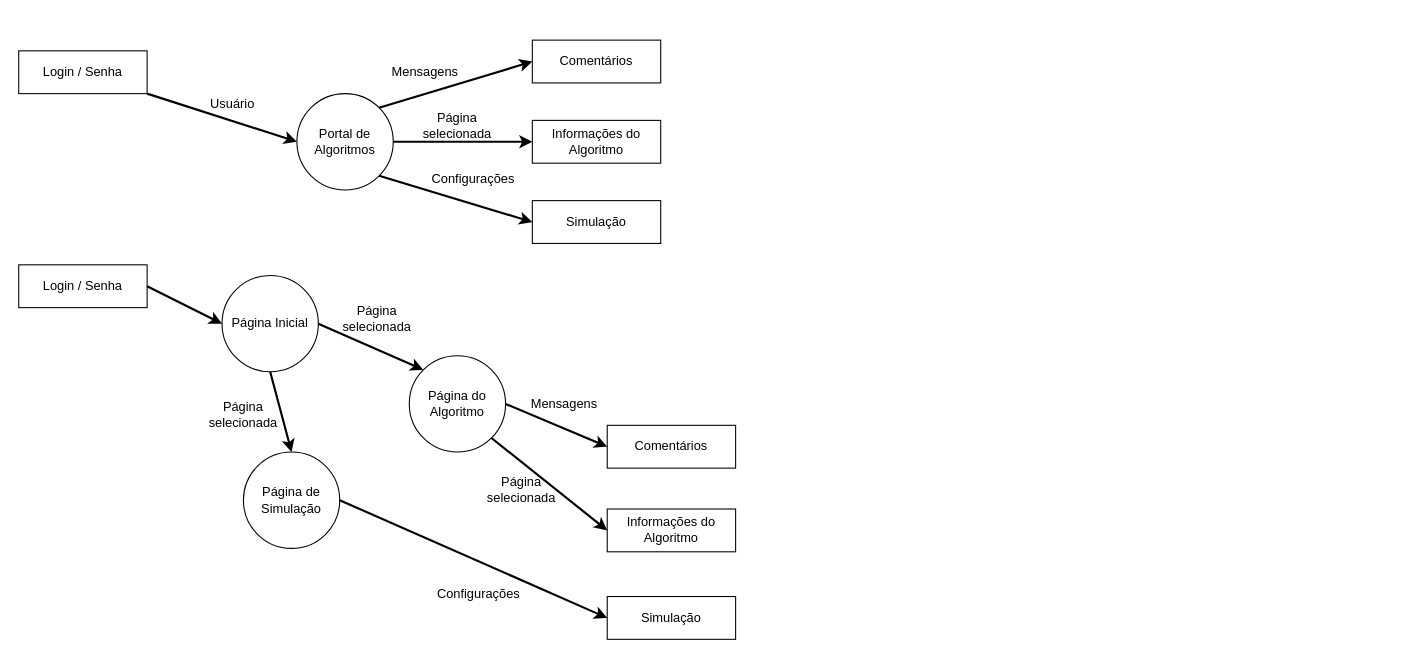
12pedro07/12pedro07.github.io keeps this draw.io diagram as imagensEdiagramas/DFD.drawio. Above is the earlier version. Source tidied: cells renumbered, new cells numbered last; positions are measured from the earlier drawing's top-left corner, leaving out a move shared by most shapes. Both pictures are drawn from the tidied source at 107%, with x=0, y=0 at pixel (18, 40).
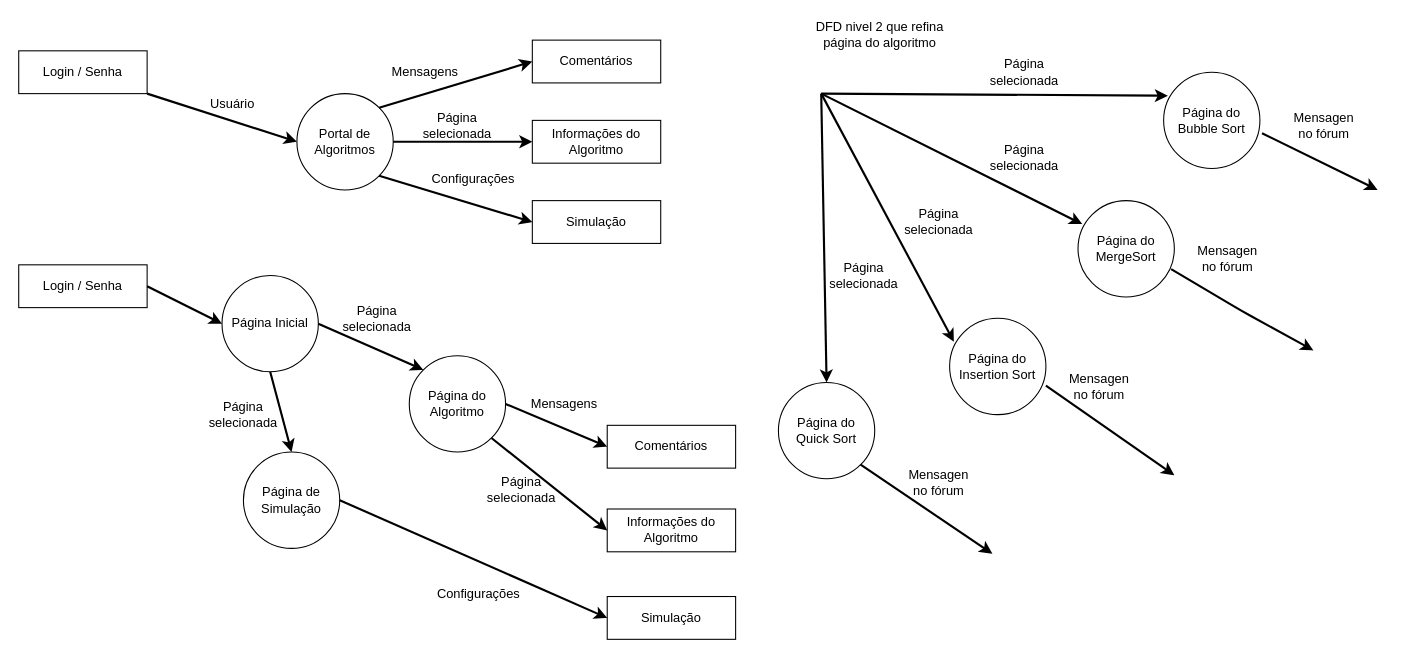
The same page after the edit.

Commit message (it also covers changes not shown here):
DFD nivel 2

What changed in the source:
```diff
@@
+    <mxCell id="33" value="&lt;div&gt;Página do&lt;/div&gt;&lt;div&gt;Bubble Sort&lt;/div&gt;" style="ellipse;whiteSpace=wrap;html=1;" parent="1" vertex="1">
+      <mxGeometry x="1070" y="30" width="90" height="90" as="geometry" />
+    </mxCell>
+    <mxCell id="34" value="&lt;div&gt;DFD nivel 2 que refina&lt;/div&gt;&lt;div&gt; página do algoritmo&lt;/div&gt;" style="text;html=1;strokeColor=none;fillColor=none;align=center;verticalAlign=middle;whiteSpace=wrap;rounded=0;" parent="1" vertex="1">
+      <mxGeometry x="730" y="-20" width="150" height="30" as="geometry" />
+    </mxCell>
+    <mxCell id="35" style="endArrow=classic;html=1;targetPerimeterSpacing=0;strokeWidth=2;entryX=0.044;entryY=0.244;entryDx=0;entryDy=0;entryPerimeter=0;" parent="1" edge="1" target="33">
+      <mxGeometry relative="1" as="geometry">
+        <mxPoint x="750" y="50" as="sourcePoint" />
+      </mxGeometry>
+    </mxCell>
+    <mxCell id="36" value="&lt;div&gt;Página selecionada&lt;/div&gt;" style="text;html=1;strokeColor=none;fillColor=none;align=center;verticalAlign=middle;whiteSpace=wrap;rounded=0;" parent="1" vertex="1">
+      <mxGeometry x="910" y="20" width="60" height="20" as="geometry" />
+    </mxCell>
+    <mxCell id="37" value="&lt;div&gt;Página do&lt;/div&gt;&lt;div&gt;MergeSort&lt;/div&gt;" style="ellipse;whiteSpace=wrap;html=1;" parent="1" vertex="1">
+      <mxGeometry x="990" y="150" width="90" height="90" as="geometry" />
+    </mxCell>
+    <mxCell id="38" style="endArrow=classic;html=1;targetPerimeterSpacing=0;strokeWidth=2;entryX=0.044;entryY=0.244;entryDx=0;entryDy=0;entryPerimeter=0;" parent="1" edge="1" target="37">
+      <mxGeometry relative="1" as="geometry">
+        <mxPoint x="750" y="50" as="sourcePoint" />
+      </mxGeometry>
+    </mxCell>
+    <mxCell id="39" value="&lt;div&gt;Página selecionada&lt;/div&gt;" style="text;html=1;strokeColor=none;fillColor=none;align=center;verticalAlign=middle;whiteSpace=wrap;rounded=0;" parent="1" vertex="1">
+      <mxGeometry x="910" y="100" width="60" height="20" as="geometry" />
+    </mxCell>
+    <mxCell id="40" value="&lt;div&gt;Página do&lt;/div&gt;&lt;div&gt;Insertion Sort&lt;/div&gt;" style="ellipse;whiteSpace=wrap;html=1;" parent="1" vertex="1">
+      <mxGeometry x="870" y="260" width="90" height="90" as="geometry" />
+    </mxCell>
+    <mxCell id="41" style="endArrow=classic;html=1;targetPerimeterSpacing=0;strokeWidth=2;entryX=0.044;entryY=0.244;entryDx=0;entryDy=0;entryPerimeter=0;" parent="1" edge="1" target="40">
+      <mxGeometry relative="1" as="geometry">
+        <mxPoint x="750" y="50" as="sourcePoint" />
+      </mxGeometry>
+    </mxCell>
+    <mxCell id="42" value="&lt;div&gt;Página selecionada&lt;/div&gt;" style="text;html=1;strokeColor=none;fillColor=none;align=center;verticalAlign=middle;whiteSpace=wrap;rounded=0;" parent="1" vertex="1">
+      <mxGeometry x="830" y="160" width="60" height="20" as="geometry" />
+    </mxCell>
+    <mxCell id="43" value="&lt;div&gt;Página do&lt;/div&gt;&lt;div&gt;Quick Sort&lt;/div&gt;" style="ellipse;whiteSpace=wrap;html=1;" parent="1" vertex="1">
+      <mxGeometry x="710" y="320" width="90" height="90" as="geometry" />
+    </mxCell>
+    <mxCell id="44" style="endArrow=classic;html=1;targetPerimeterSpacing=0;strokeWidth=2;entryX=0.5;entryY=0;entryDx=0;entryDy=0;" parent="1" edge="1" target="43">
+      <mxGeometry relative="1" as="geometry">
+        <mxPoint x="750" y="50" as="sourcePoint" />
+      </mxGeometry>
+    </mxCell>
+    <mxCell id="45" value="&lt;div&gt;Página selecionada&lt;/div&gt;" style="text;html=1;strokeColor=none;fillColor=none;align=center;verticalAlign=middle;whiteSpace=wrap;rounded=0;" parent="1" vertex="1">
+      <mxGeometry x="760" y="210" width="60" height="20" as="geometry" />
+    </mxCell>
+    <mxCell id="46" value="&lt;div&gt;Mensagen&lt;/div&gt;&lt;div&gt;no fórum&lt;br&gt;&lt;/div&gt;" style="text;html=1;strokeColor=none;fillColor=none;align=center;verticalAlign=middle;whiteSpace=wrap;rounded=0;" parent="1" vertex="1">
+      <mxGeometry x="820" y="398.2" width="80" height="31.8" as="geometry" />
+    </mxCell>
+    <mxCell id="47" value="&lt;div&gt;Mensagen&lt;/div&gt;&lt;div&gt;no fórum&lt;br&gt;&lt;/div&gt;" style="text;html=1;strokeColor=none;fillColor=none;align=center;verticalAlign=middle;whiteSpace=wrap;rounded=0;" parent="1" vertex="1">
+      <mxGeometry x="970" y="308.2" width="80" height="31.8" as="geometry" />
+    </mxCell>
+    <mxCell id="48" value="&lt;div&gt;Mensagen&lt;/div&gt;&lt;div&gt;no fórum&lt;br&gt;&lt;/div&gt;" style="text;html=1;strokeColor=none;fillColor=none;align=center;verticalAlign=middle;whiteSpace=wrap;rounded=0;" parent="1" vertex="1">
+      <mxGeometry x="1090" y="188.2" width="80" height="31.8" as="geometry" />
+    </mxCell>
+    <mxCell id="49" value="&lt;div&gt;Mensagen&lt;/div&gt;&lt;div&gt;no fórum&lt;br&gt;&lt;/div&gt;" style="text;html=1;strokeColor=none;fillColor=none;align=center;verticalAlign=middle;whiteSpace=wrap;rounded=0;" parent="1" vertex="1">
+      <mxGeometry x="1180" y="64.1" width="80" height="31.8" as="geometry" />
+    </mxCell>
+    <mxCell id="50" style="endArrow=classic;html=1;targetPerimeterSpacing=0;strokeWidth=2;exitX=1;exitY=1;exitDx=0;exitDy=0;" parent="1" edge="1" source="43">
+      <mxGeometry relative="1" as="geometry">
+        <mxPoint x="910" y="480" as="targetPoint" />
+      </mxGeometry>
+    </mxCell>
+    <mxCell id="51" style="endArrow=classic;html=1;targetPerimeterSpacing=0;strokeWidth=2;exitX=1;exitY=0.7;exitDx=0;exitDy=0;exitPerimeter=0;" parent="1" edge="1" source="40">
+      <mxGeometry relative="1" as="geometry">
+        <mxPoint x="1080" y="406.6" as="targetPoint" />
+      </mxGeometry>
+    </mxCell>
+    <mxCell id="52" style="endArrow=classic;html=1;targetPerimeterSpacing=0;strokeWidth=2;exitX=0.967;exitY=0.711;exitDx=0;exitDy=0;exitPerimeter=0;" parent="1" edge="1" source="37">
+      <mxGeometry relative="1" as="geometry">
+        <mxPoint x="1210" y="290" as="targetPoint" />
+        <Array as="points">
+          <mxPoint x="1143.2" y="253.2" />
+        </Array>
+      </mxGeometry>
+    </mxCell>
+    <mxCell id="53" style="endArrow=classic;html=1;targetPerimeterSpacing=0;strokeWidth=2;exitX=1.022;exitY=0.633;exitDx=0;exitDy=0;exitPerimeter=0;" parent="1" edge="1" source="33">
+      <mxGeometry relative="1" as="geometry">
+        <mxPoint x="1270" y="140" as="targetPoint" />
+      </mxGeometry>
+    </mxCell>
```
